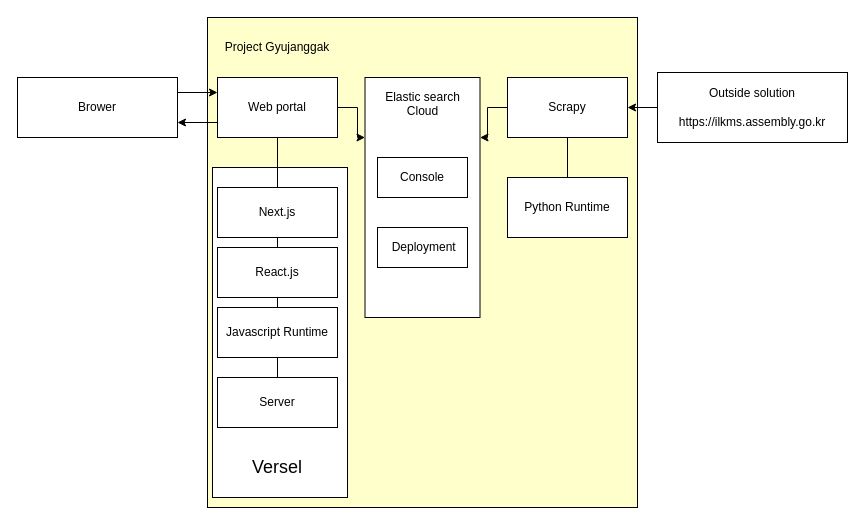
Above: page "Search Engine" (1 of 2) of architecture/gyujanggakHLA.drawio in YongwoonJang/gyujanggak (draw.io), before the change. Source tidied: cells renumbered, new cells numbered last; positions are measured from the earlier drawing's top-left corner, leaving out a move shared by most shapes. Both pictures are drawn from the tidied source at 100%, with x=0, y=0 at pixel (17, 17).
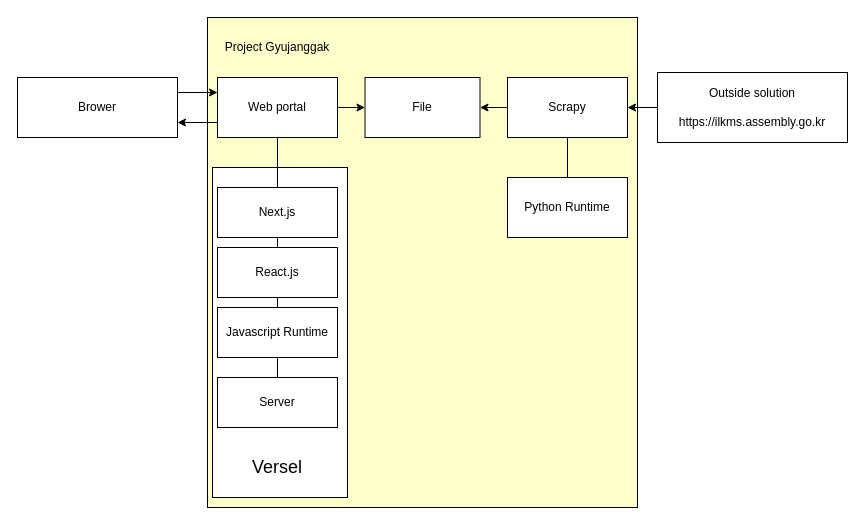
The same page after the edit.

Commit message (it also covers changes not shown here):
Modify : Remove Elastic and Introduce Json file

Unchanged cells that the change refers to:
```xml
<mxCell id="6" value="Web portal" style="rounded=0;whiteSpace=wrap;html=1;" parent="1" vertex="1">
  <mxGeometry x="200" y="60" width="120" height="60" as="geometry" />
</mxCell>
<mxCell id="9" value="Scrapy" style="rounded=0;whiteSpace=wrap;html=1;" parent="1" vertex="1">
  <mxGeometry x="490" y="60" width="120" height="60" as="geometry" />
</mxCell>
```

What changed in the source:
```diff
@@
-    <mxCell id="5" style="edgeStyle=orthogonalEdgeStyle;rounded=0;jettySize=auto;html=1;exitX=1;exitY=0.5;exitDx=0;exitDy=0;entryX=0;entryY=0.25;entryDx=0;entryDy=0;" parent="1" edge="1" source="6" target="7">
+    <mxCell id="5" style="edgeStyle=orthogonalEdgeStyle;rounded=0;jettySize=auto;html=1;exitX=1;exitY=0.5;exitDx=0;exitDy=0;" parent="1" edge="1" source="6" target="7">
       <mxGeometry relative="1" as="geometry" />
     </mxCell>
@@
-    <mxCell id="7" value="Elastic search&lt;br&gt;Cloud&lt;br&gt;&lt;br&gt;&lt;br&gt;&lt;br&gt;&lt;br&gt;&lt;br&gt;&lt;br&gt;&lt;br&gt;&lt;br&gt;&lt;br&gt;&lt;br&gt;&lt;br&gt;&lt;br&gt;&lt;br&gt;" style="rounded=0;whiteSpace=wrap;html=1;" parent="1" vertex="1">
-      <mxGeometry x="347.5" y="60" width="115" height="240" as="geometry" />
+    <mxCell id="7" style="rounded=0;whiteSpace=wrap;html=1;" parent="1" vertex="1">
+      <mxGeometry x="347.5" y="60" width="115" height="60" as="geometry" />
     </mxCell>
-    <mxCell id="8" style="edgeStyle=orthogonalEdgeStyle;rounded=0;jettySize=auto;html=1;exitX=0;exitY=0.5;exitDx=0;exitDy=0;entryX=1;entryY=0.25;entryDx=0;entryDy=0;" parent="1" edge="1" source="9" target="7">
+    <mxCell id="8" style="edgeStyle=orthogonalEdgeStyle;rounded=0;jettySize=auto;html=1;exitX=0;exitY=0.5;exitDx=0;exitDy=0;entryX=1;entryY=0.5;entryDx=0;entryDy=0;" parent="1" edge="1" source="9" target="7">
       <mxGeometry relative="1" as="geometry" />
     </mxCell>
@@
-    <mxCell id="26" value="&amp;nbsp;Deployment" style="rounded=0;whiteSpace=wrap;html=1;" parent="1" vertex="1">
-      <mxGeometry x="360" y="210" width="90" height="40" as="geometry" />
-    </mxCell>
-    <mxCell id="27" value="Console" style="rounded=0;whiteSpace=wrap;html=1;" parent="1" vertex="1">
-      <mxGeometry x="360" y="140" width="90" height="40" as="geometry" />
-    </mxCell>
+    <mxCell id="28" value="File" style="text;html=1;strokeColor=none;fillColor=none;align=center;verticalAlign=middle;whiteSpace=wrap;rounded=0;" parent="1" vertex="1">
+      <mxGeometry x="385" y="80" width="40" height="20" as="geometry" />
+    </mxCell>
```
